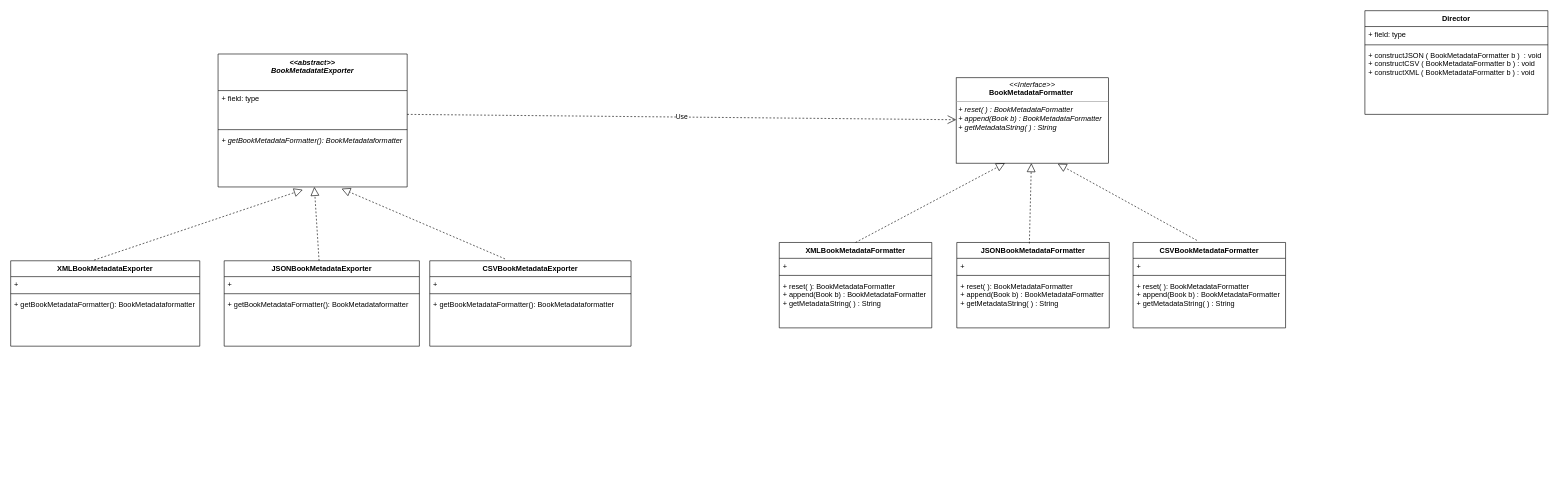
The draw.io diagram DesignPatterns/DesignPatterns.drawio in Abdulhakim-Maha/Software-Architecture-2022s1, before the edit. Source tidied: cells renumbered, new cells numbered last; positions are measured from the earlier drawing's top-left corner, leaving out a move shared by most shapes. Both pictures are drawn from the tidied source at 61%, with x=0, y=0 at pixel (10, 10).
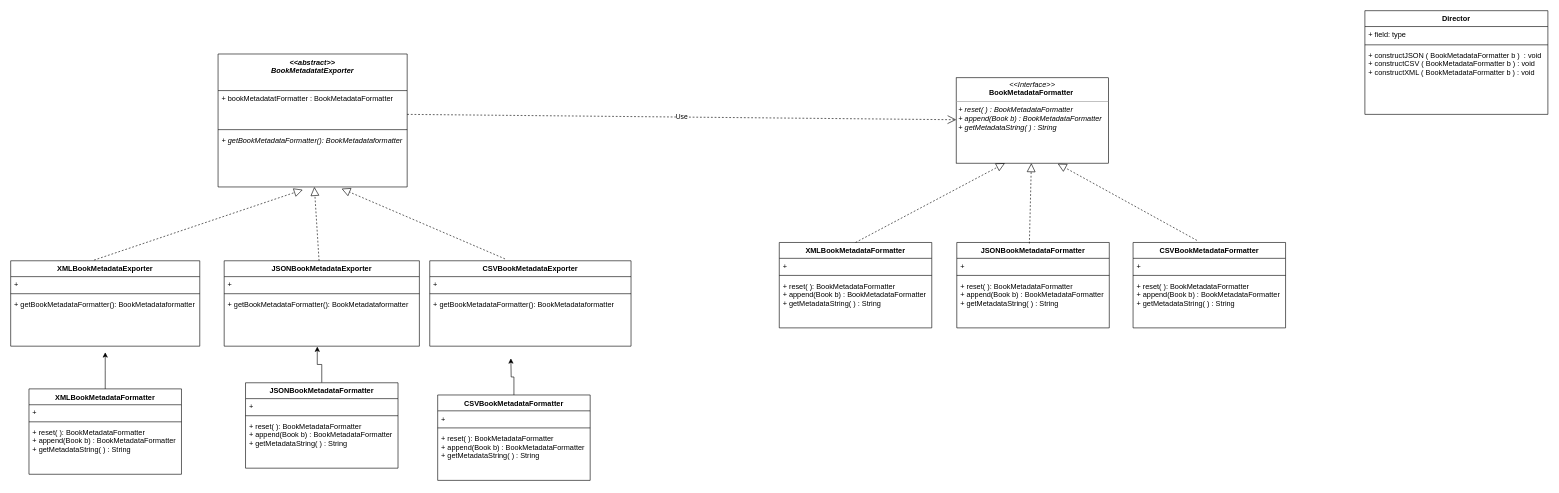
The same diagram, later.

The change refers to these unchanged cells:
```xml
<mxCell id="22" value="&lt;&lt;abstract&gt;&gt;&#10;BookMetadatatExporter&#10;" style="swimlane;fontStyle=3;align=center;verticalAlign=top;horizontal=1;startSize=60;" parent="1" vertex="1">
  <mxGeometry x="340" y="71" width="310" height="218" as="geometry" />
</mxCell>
<mxCell id="33" value="+ getBookMetadataFormatter(): BookMetadataformatter" style="text;strokeColor=none;fillColor=none;align=left;verticalAlign=top;spacingLeft=4;spacingRight=4;overflow=hidden;points=[[0,0.5],[1,0.5]];portConstraint=eastwest;" parent="30" vertex="1">
  <mxGeometry y="58" width="320" height="82" as="geometry" />
</mxCell>
```

Diff of the diagram source:
```diff
@@
-    <mxCell id="23" value="+ field: type" style="text;strokeColor=none;fillColor=none;align=left;verticalAlign=top;spacingLeft=4;spacingRight=4;overflow=hidden;" parent="22" vertex="1">
+    <mxCell id="23" value="+ bookMetadatatFormatter : BookMetadataFormatter" style="text;strokeColor=none;fillColor=none;align=left;verticalAlign=top;spacingLeft=4;spacingRight=4;overflow=hidden;" parent="22" vertex="1">
       <mxGeometry y="60" width="310" height="60" as="geometry" />
     </mxCell>
@@
+    <mxCell id="42" style="edgeStyle=orthogonalEdgeStyle;rounded=0;jettySize=auto;html=1;" parent="1" edge="1" source="43">
+      <mxGeometry relative="1" as="geometry">
+        <mxPoint x="820" y="570" as="targetPoint" />
+      </mxGeometry>
+    </mxCell>
+    <mxCell id="43" value="CSVBookMetadataFormatter" style="swimlane;fontStyle=1;align=center;verticalAlign=top;horizontal=1;startSize=26;" parent="1" vertex="1">
+      <mxGeometry x="700" y="630" width="250" height="140" as="geometry" />
+    </mxCell>
+    <mxCell id="44" value="+ &#10;" style="text;strokeColor=none;fillColor=none;align=left;verticalAlign=top;spacingLeft=4;spacingRight=4;overflow=hidden;" parent="43" vertex="1">
+      <mxGeometry y="26" width="250" height="24" as="geometry" />
+    </mxCell>
+    <mxCell id="45" style="line;strokeWidth=1;fillColor=none;align=left;verticalAlign=middle;spacingTop=-1;spacingLeft=3;spacingRight=3;labelPosition=right;strokeColor=inherit;" parent="43" vertex="1">
+      <mxGeometry y="50" width="250" height="8" as="geometry" />
+    </mxCell>
+    <mxCell id="46" value="+ reset( ): BookMetadataFormatter&#10;+ append(Book b) : BookMetadataFormatter&#10;+ getMetadataString( ) : String" style="text;strokeColor=none;fillColor=none;align=left;verticalAlign=top;spacingLeft=4;spacingRight=4;overflow=hidden;" parent="43" vertex="1">
+      <mxGeometry y="58" width="250" height="82" as="geometry" />
+    </mxCell>
+    <mxCell id="47" style="edgeStyle=orthogonalEdgeStyle;rounded=0;jettySize=auto;html=1;entryX=0.477;entryY=1.008;entryDx=0;entryDy=0;entryPerimeter=0;" parent="1" edge="1" source="48" target="33">
+      <mxGeometry relative="1" as="geometry" />
+    </mxCell>
+    <mxCell id="48" value="JSONBookMetadataFormatter" style="swimlane;fontStyle=1;align=center;verticalAlign=top;horizontal=1;startSize=26;" parent="1" vertex="1">
+      <mxGeometry x="385" y="610" width="250" height="140" as="geometry" />
+    </mxCell>
+    <mxCell id="49" value="+ &#10;" style="text;strokeColor=none;fillColor=none;align=left;verticalAlign=top;spacingLeft=4;spacingRight=4;overflow=hidden;" parent="48" vertex="1">
+      <mxGeometry y="26" width="250" height="24" as="geometry" />
+    </mxCell>
+    <mxCell id="50" style="line;strokeWidth=1;fillColor=none;align=left;verticalAlign=middle;spacingTop=-1;spacingLeft=3;spacingRight=3;labelPosition=right;strokeColor=inherit;" parent="48" vertex="1">
+      <mxGeometry y="50" width="250" height="8" as="geometry" />
+    </mxCell>
+    <mxCell id="51" value="+ reset( ): BookMetadataFormatter&#10;+ append(Book b) : BookMetadataFormatter&#10;+ getMetadataString( ) : String" style="text;strokeColor=none;fillColor=none;align=left;verticalAlign=top;spacingLeft=4;spacingRight=4;overflow=hidden;" parent="48" vertex="1">
+      <mxGeometry y="58" width="250" height="82" as="geometry" />
+    </mxCell>
+    <mxCell id="52" style="edgeStyle=orthogonalEdgeStyle;rounded=0;jettySize=auto;html=1;" parent="1" edge="1" source="53">
+      <mxGeometry relative="1" as="geometry">
+        <mxPoint x="155" y="560" as="targetPoint" />
+      </mxGeometry>
+    </mxCell>
+    <mxCell id="53" value="XMLBookMetadataFormatter" style="swimlane;fontStyle=1;align=center;verticalAlign=top;horizontal=1;startSize=26;" parent="1" vertex="1">
+      <mxGeometry x="30" y="620" width="250" height="140" as="geometry" />
+    </mxCell>
+    <mxCell id="54" value="+ &#10;" style="text;strokeColor=none;fillColor=none;align=left;verticalAlign=top;spacingLeft=4;spacingRight=4;overflow=hidden;" parent="53" vertex="1">
+      <mxGeometry y="26" width="250" height="24" as="geometry" />
+    </mxCell>
+    <mxCell id="55" style="line;strokeWidth=1;fillColor=none;align=left;verticalAlign=middle;spacingTop=-1;spacingLeft=3;spacingRight=3;labelPosition=right;strokeColor=inherit;" parent="53" vertex="1">
+      <mxGeometry y="50" width="250" height="8" as="geometry" />
+    </mxCell>
+    <mxCell id="56" value="+ reset( ): BookMetadataFormatter&#10;+ append(Book b) : BookMetadataFormatter&#10;+ getMetadataString( ) : String" style="text;strokeColor=none;fillColor=none;align=left;verticalAlign=top;spacingLeft=4;spacingRight=4;overflow=hidden;" parent="53" vertex="1">
+      <mxGeometry y="58" width="250" height="82" as="geometry" />
+    </mxCell>
```
